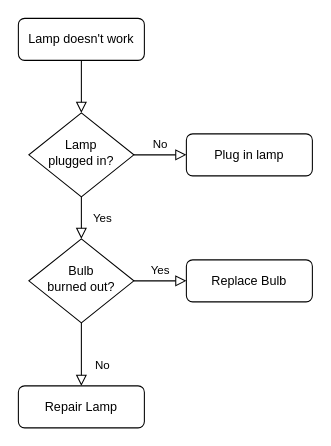
Before: Design Database/Untitled Diagram.drawio in wahyupambudi/project-travel, a draw.io diagram. Source tidied: cells renumbered, new cells numbered last; positions are measured from the earlier drawing's top-left corner, leaving out a move shared by most shapes. Both pictures are drawn from the tidied source at 105%, with x=0, y=0 at pixel (18, 18).
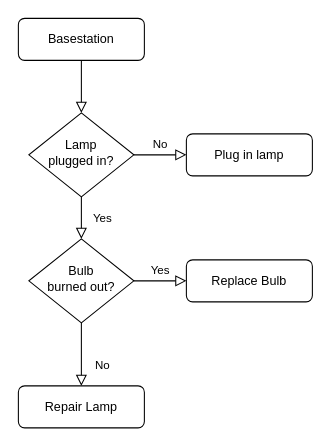
The same page after the edit.

Commit message:
Flowchart Pak Choy.drawio

The edit, as a diff of the source:
```diff
@@
 <mxGraphModel>
   <root>
     <mxCell id="0" />
     <mxCell id="1" parent="0" />
     <mxCell id="2" style="rounded=0;html=1;jettySize=auto;fontSize=11;endArrow=block;endFill=0;endSize=8;strokeWidth=1;shadow=0;labelBackgroundColor=none;edgeStyle=orthogonalEdgeStyle;" parent="1" edge="1" source="3" target="6">
       <mxGeometry relative="1" as="geometry" />
     </mxCell>
-    <mxCell id="3" value="Lamp doesn't work" style="rounded=1;whiteSpace=wrap;html=1;fontSize=12;glass=0;strokeWidth=1;shadow=0;" parent="1" vertex="1">
+    <mxCell id="3" value="Basestation" style="rounded=1;whiteSpace=wrap;html=1;fontSize=12;glass=0;strokeWidth=1;shadow=0;" parent="1" vertex="1">
       <mxGeometry width="120" height="40" as="geometry" />
     </mxCell>
     <mxCell id="4" value="Yes" style="rounded=0;html=1;jettySize=auto;fontSize=11;endArrow=block;endFill=0;endSize=8;strokeWidth=1;shadow=0;labelBackgroundColor=none;edgeStyle=orthogonalEdgeStyle;" parent="1" edge="1" source="6" target="10">
       <mxGeometry y="20" relative="1" as="geometry" />
     </mxCell>
     <mxCell id="5" value="No" style="edgeStyle=orthogonalEdgeStyle;rounded=0;html=1;jettySize=auto;fontSize=11;endArrow=block;endFill=0;endSize=8;strokeWidth=1;shadow=0;labelBackgroundColor=none;" parent="1" edge="1" source="6" target="7">
       <mxGeometry y="10" relative="1" as="geometry" />
     </mxCell>
     <mxCell id="6" value="Lamp&lt;br&gt;plugged in?" style="rhombus;whiteSpace=wrap;html=1;shadow=0;fontFamily=Helvetica;fontSize=12;align=center;strokeWidth=1;spacing=6;spacingTop=-4;" parent="1" vertex="1">
       <mxGeometry x="10" y="90" width="100" height="80" as="geometry" />
     </mxCell>
     <mxCell id="7" value="Plug in lamp" style="rounded=1;whiteSpace=wrap;html=1;fontSize=12;glass=0;strokeWidth=1;shadow=0;" parent="1" vertex="1">
       <mxGeometry x="160" y="110" width="120" height="40" as="geometry" />
     </mxCell>
     <mxCell id="8" value="No" style="rounded=0;html=1;jettySize=auto;fontSize=11;endArrow=block;endFill=0;endSize=8;strokeWidth=1;shadow=0;labelBackgroundColor=none;edgeStyle=orthogonalEdgeStyle;" parent="1" edge="1" source="10" target="11">
       <mxGeometry x="0.33" y="20" relative="1" as="geometry" />
     </mxCell>
     <mxCell id="9" value="Yes" style="edgeStyle=orthogonalEdgeStyle;rounded=0;html=1;jettySize=auto;fontSize=11;endArrow=block;endFill=0;endSize=8;strokeWidth=1;shadow=0;labelBackgroundColor=none;" parent="1" edge="1" source="10" target="12">
       <mxGeometry y="10" relative="1" as="geometry" />
     </mxCell>
     <mxCell id="10" value="Bulb&lt;br&gt;burned out?" style="rhombus;whiteSpace=wrap;html=1;shadow=0;fontFamily=Helvetica;fontSize=12;align=center;strokeWidth=1;spacing=6;spacingTop=-4;" parent="1" vertex="1">
       <mxGeometry x="10" y="210" width="100" height="80" as="geometry" />
     </mxCell>
     <mxCell id="11" value="Repair Lamp" style="rounded=1;whiteSpace=wrap;html=1;fontSize=12;glass=0;strokeWidth=1;shadow=0;" parent="1" vertex="1">
       <mxGeometry y="350" width="120" height="40" as="geometry" />
     </mxCell>
     <mxCell id="12" value="Replace Bulb" style="rounded=1;whiteSpace=wrap;html=1;fontSize=12;glass=0;strokeWidth=1;shadow=0;" parent="1" vertex="1">
       <mxGeometry x="160" y="230" width="120" height="40" as="geometry" />
     </mxCell>
   </root>
 </mxGraphModel>
```
